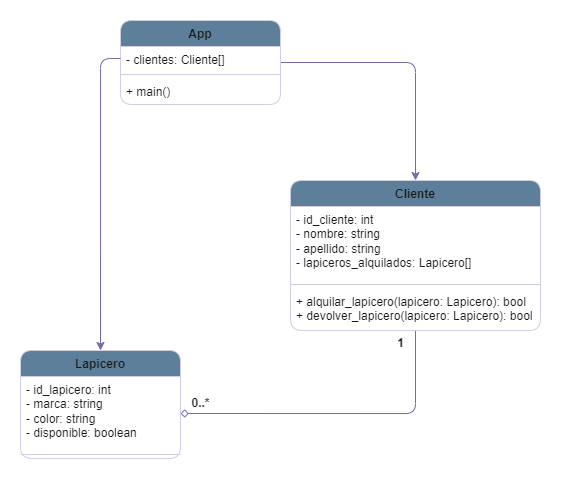
Earlier version of the draw.io export Talleres/trabajo_practico_parte1/Docs/UML.light.png (Drac245/POO). Source tidied: cells renumbered, new cells last; positions are measured from the earlier drawing's top-left corner, leaving out a move shared by most shapes. The source it was exported from:
```xml
<mxGraphModel>
  <root>
    <mxCell id="0" />
    <mxCell id="1" parent="0" />
    <mxCell id="2" style="edgeStyle=orthogonalEdgeStyle;rounded=1;jettySize=auto;html=1;entryX=1;entryY=0.5;entryDx=0;entryDy=0;endArrow=diamond;endFill=0;strokeWidth=1;endSize=6;labelBackgroundColor=none;strokeColor=#736CA8;fontColor=default;" parent="1" edge="1" source="3" target="8">
      <mxGeometry relative="1" as="geometry" />
    </mxCell>
    <mxCell id="3" value="Cliente" style="swimlane;fontStyle=1;align=center;verticalAlign=top;horizontal=1;startSize=26;whiteSpace=wrap;fillColor=#5D7F99;labelBackgroundColor=none;strokeColor=#D0CEE2;fontColor=#1A1A1A;rounded=1;" parent="1" vertex="1">
      <mxGeometry x="270" y="160" width="250" height="150" as="geometry" />
    </mxCell>
    <mxCell id="4" value="- id_cliente: int&#10;- nombre: string&#10;- apellido: string&#10;- lapiceros_alquilados: Lapicero[]" style="text;strokeColor=none;fillColor=none;align=left;verticalAlign=top;spacingLeft=4;spacingRight=4;overflow=hidden;whiteSpace=wrap;labelBackgroundColor=none;fontColor=#1A1A1A;rounded=1;" parent="3" vertex="1">
      <mxGeometry y="26" width="250" height="74" as="geometry" />
    </mxCell>
    <mxCell id="5" style="line;strokeWidth=1;fillColor=none;align=left;verticalAlign=middle;spacingTop=-1;spacingLeft=3;spacingRight=3;labelPosition=right;strokeColor=#D0CEE2;labelBackgroundColor=none;fontColor=#1A1A1A;rounded=1;" parent="3" vertex="1">
      <mxGeometry y="100" width="250" height="8" as="geometry" />
    </mxCell>
    <mxCell id="6" value="+ alquilar_lapicero(lapicero: Lapicero): bool&#10;+ devolver_lapicero(lapicero: Lapicero): bool" style="text;strokeColor=none;fillColor=none;align=left;verticalAlign=top;spacingLeft=4;spacingRight=4;overflow=hidden;whiteSpace=wrap;labelBackgroundColor=none;fontColor=#1A1A1A;rounded=1;" parent="3" vertex="1">
      <mxGeometry y="108" width="250" height="42" as="geometry" />
    </mxCell>
    <mxCell id="7" value="Lapicero" style="swimlane;fontStyle=1;align=center;verticalAlign=top;horizontal=1;startSize=26;whiteSpace=wrap;html=1;labelBackgroundColor=none;fillColor=#5D7F99;strokeColor=#D0CEE2;fontColor=#1A1A1A;rounded=1;" parent="1" vertex="1">
      <mxGeometry y="330" width="160" height="108" as="geometry" />
    </mxCell>
    <mxCell id="8" value="- id_lapicero: int&#10;- marca: string&#10;- color: string&#10;- disponible: boolean" style="text;strokeColor=none;fillColor=none;align=left;verticalAlign=top;spacingLeft=4;spacingRight=4;overflow=hidden;points=[[0,0.5],[1,0.5]];portConstraint=eastwest;whiteSpace=wrap;labelBackgroundColor=none;fontColor=#1A1A1A;rounded=1;" parent="7" vertex="1">
      <mxGeometry y="26" width="160" height="74" as="geometry" />
    </mxCell>
    <mxCell id="9" style="line;strokeWidth=1;fillColor=none;align=left;verticalAlign=middle;spacingTop=-1;spacingLeft=3;spacingRight=3;labelPosition=right;strokeColor=#D0CEE2;labelBackgroundColor=none;fontColor=#1A1A1A;rounded=1;" parent="7" vertex="1">
      <mxGeometry y="100" width="160" height="8" as="geometry" />
    </mxCell>
    <mxCell id="10" style="edgeStyle=orthogonalEdgeStyle;rounded=1;jettySize=auto;html=1;entryX=0.5;entryY=0;entryDx=0;entryDy=0;labelBackgroundColor=none;strokeColor=#736CA8;fontColor=default;" parent="1" edge="1" source="11" target="3">
      <mxGeometry relative="1" as="geometry" />
    </mxCell>
    <mxCell id="11" value="App" style="swimlane;fontStyle=1;align=center;verticalAlign=top;horizontal=1;startSize=26;whiteSpace=wrap;labelBackgroundColor=none;fillColor=#5D7F99;strokeColor=#D0CEE2;fontColor=#1A1A1A;rounded=1;" parent="1" vertex="1">
      <mxGeometry x="100" width="160" height="84" as="geometry" />
    </mxCell>
    <mxCell id="12" value="- clientes: Cliente[]" style="text;strokeColor=none;fillColor=none;align=left;verticalAlign=top;spacingLeft=4;spacingRight=4;overflow=hidden;points=[[0,0.5],[1,0.5]];portConstraint=eastwest;whiteSpace=wrap;labelBackgroundColor=none;fontColor=#1A1A1A;rounded=1;" parent="11" vertex="1">
      <mxGeometry y="26" width="160" height="24" as="geometry" />
    </mxCell>
    <mxCell id="13" style="line;strokeWidth=1;fillColor=none;align=left;verticalAlign=middle;spacingTop=-1;spacingLeft=3;spacingRight=3;labelPosition=right;strokeColor=#D0CEE2;labelBackgroundColor=none;fontColor=#1A1A1A;rounded=1;" parent="11" vertex="1">
      <mxGeometry y="50" width="160" height="8" as="geometry" />
    </mxCell>
    <mxCell id="14" value="+ main()&#10;" style="text;strokeColor=none;fillColor=none;align=left;verticalAlign=top;spacingLeft=4;spacingRight=4;overflow=hidden;whiteSpace=wrap;labelBackgroundColor=none;fontColor=#1A1A1A;rounded=1;" parent="11" vertex="1">
      <mxGeometry y="58" width="160" height="26" as="geometry" />
    </mxCell>
    <mxCell id="15" style="edgeStyle=orthogonalEdgeStyle;rounded=1;jettySize=auto;html=1;exitX=0;exitY=0.5;exitDx=0;exitDy=0;entryX=0.5;entryY=0;entryDx=0;entryDy=0;labelBackgroundColor=none;strokeColor=#736CA8;fontColor=default;" parent="1" edge="1" source="12" target="7">
      <mxGeometry relative="1" as="geometry" />
    </mxCell>
    <mxCell id="16" value="1" style="text;align=center;fontStyle=1;verticalAlign=middle;spacingLeft=3;spacingRight=3;strokeColor=none;html=1;labelBackgroundColor=none;fontColor=#1A1A1A;rounded=1;" parent="1" vertex="1">
      <mxGeometry x="340" y="310" width="80" height="26" as="geometry" />
    </mxCell>
    <mxCell id="17" value="0..*" style="text;align=center;fontStyle=1;verticalAlign=middle;spacingLeft=3;spacingRight=3;strokeColor=none;html=1;labelBackgroundColor=none;fontColor=#1A1A1A;rounded=1;" parent="1" vertex="1">
      <mxGeometry x="140" y="370" width="80" height="26" as="geometry" />
    </mxCell>
  </root>
</mxGraphModel>
```
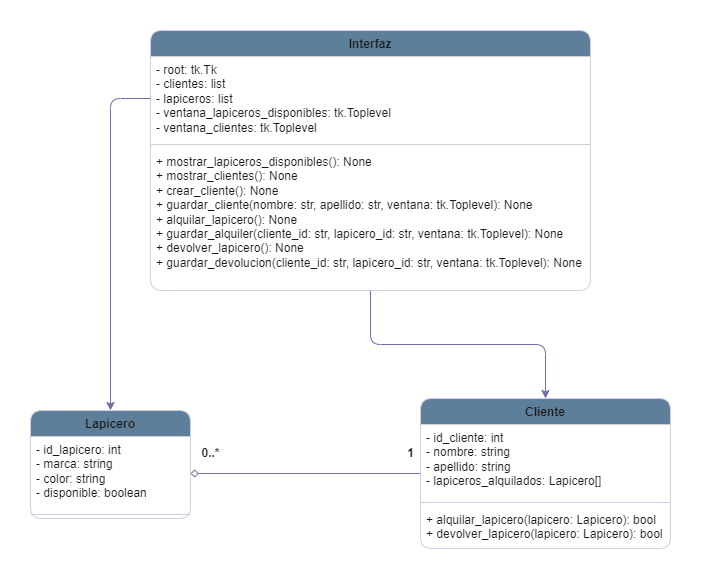
After the commit.

Commit message:
se actualizan los UML

The edit, as a diff of the source:
```diff
@@ -6,7 +6,7 @@
       <mxGeometry relative="1" as="geometry" />
     </mxCell>
     <mxCell id="3" value="Cliente" style="swimlane;fontStyle=1;align=center;verticalAlign=top;horizontal=1;startSize=26;whiteSpace=wrap;fillColor=#5D7F99;labelBackgroundColor=none;strokeColor=#D0CEE2;fontColor=#1A1A1A;rounded=1;" parent="1" vertex="1">
-      <mxGeometry x="270" y="160" width="250" height="150" as="geometry" />
+      <mxGeometry x="300" y="308" width="250" height="150" as="geometry" />
     </mxCell>
     <mxCell id="4" value="- id_cliente: int&#10;- nombre: string&#10;- apellido: string&#10;- lapiceros_alquilados: Lapicero[]" style="text;strokeColor=none;fillColor=none;align=left;verticalAlign=top;spacingLeft=4;spacingRight=4;overflow=hidden;whiteSpace=wrap;labelBackgroundColor=none;fontColor=#1A1A1A;rounded=1;" parent="3" vertex="1">
       <mxGeometry y="26" width="250" height="74" as="geometry" />
@@ -18,7 +18,7 @@
       <mxGeometry y="108" width="250" height="42" as="geometry" />
     </mxCell>
     <mxCell id="7" value="Lapicero" style="swimlane;fontStyle=1;align=center;verticalAlign=top;horizontal=1;startSize=26;whiteSpace=wrap;html=1;labelBackgroundColor=none;fillColor=#5D7F99;strokeColor=#D0CEE2;fontColor=#1A1A1A;rounded=1;" parent="1" vertex="1">
-      <mxGeometry y="330" width="160" height="108" as="geometry" />
+      <mxGeometry x="-90" y="320" width="160" height="108" as="geometry" />
     </mxCell>
     <mxCell id="8" value="- id_lapicero: int&#10;- marca: string&#10;- color: string&#10;- disponible: boolean" style="text;strokeColor=none;fillColor=none;align=left;verticalAlign=top;spacingLeft=4;spacingRight=4;overflow=hidden;points=[[0,0.5],[1,0.5]];portConstraint=eastwest;whiteSpace=wrap;labelBackgroundColor=none;fontColor=#1A1A1A;rounded=1;" parent="7" vertex="1">
       <mxGeometry y="26" width="160" height="74" as="geometry" />
@@ -29,26 +29,26 @@
     <mxCell id="10" style="edgeStyle=orthogonalEdgeStyle;rounded=1;jettySize=auto;html=1;entryX=0.5;entryY=0;entryDx=0;entryDy=0;labelBackgroundColor=none;strokeColor=#736CA8;fontColor=default;" parent="1" edge="1" source="11" target="3">
       <mxGeometry relative="1" as="geometry" />
     </mxCell>
-    <mxCell id="11" value="App" style="swimlane;fontStyle=1;align=center;verticalAlign=top;horizontal=1;startSize=26;whiteSpace=wrap;labelBackgroundColor=none;fillColor=#5D7F99;strokeColor=#D0CEE2;fontColor=#1A1A1A;rounded=1;" parent="1" vertex="1">
-      <mxGeometry x="100" width="160" height="84" as="geometry" />
+    <mxCell id="11" value="Interfaz" style="swimlane;fontStyle=1;align=center;verticalAlign=top;horizontal=1;startSize=26;whiteSpace=wrap;labelBackgroundColor=none;fillColor=#5D7F99;strokeColor=#D0CEE2;fontColor=#1A1A1A;rounded=1;" parent="1" vertex="1">
+      <mxGeometry x="30" y="-60" width="440" height="260" as="geometry" />
     </mxCell>
-    <mxCell id="12" value="- clientes: Cliente[]" style="text;strokeColor=none;fillColor=none;align=left;verticalAlign=top;spacingLeft=4;spacingRight=4;overflow=hidden;points=[[0,0.5],[1,0.5]];portConstraint=eastwest;whiteSpace=wrap;labelBackgroundColor=none;fontColor=#1A1A1A;rounded=1;" parent="11" vertex="1">
-      <mxGeometry y="26" width="160" height="24" as="geometry" />
+    <mxCell id="12" value="- root: tk.Tk&#10;- clientes: list&#10;- lapiceros: list&#10;- ventana_lapiceros_disponibles: tk.Toplevel&#10;- ventana_clientes: tk.Toplevel" style="text;strokeColor=none;fillColor=none;align=left;verticalAlign=top;spacingLeft=4;spacingRight=4;overflow=hidden;points=[[0,0.5],[1,0.5]];portConstraint=eastwest;whiteSpace=wrap;labelBackgroundColor=none;fontColor=#1A1A1A;rounded=1;" parent="11" vertex="1">
+      <mxGeometry y="26" width="440" height="84" as="geometry" />
     </mxCell>
     <mxCell id="13" style="line;strokeWidth=1;fillColor=none;align=left;verticalAlign=middle;spacingTop=-1;spacingLeft=3;spacingRight=3;labelPosition=right;strokeColor=#D0CEE2;labelBackgroundColor=none;fontColor=#1A1A1A;rounded=1;" parent="11" vertex="1">
-      <mxGeometry y="50" width="160" height="8" as="geometry" />
+      <mxGeometry y="110" width="440" height="8" as="geometry" />
     </mxCell>
-    <mxCell id="14" value="+ main()&#10;" style="text;strokeColor=none;fillColor=none;align=left;verticalAlign=top;spacingLeft=4;spacingRight=4;overflow=hidden;whiteSpace=wrap;labelBackgroundColor=none;fontColor=#1A1A1A;rounded=1;" parent="11" vertex="1">
-      <mxGeometry y="58" width="160" height="26" as="geometry" />
+    <mxCell id="14" value="+ mostrar_lapiceros_disponibles(): None&#10;+ mostrar_clientes(): None&#10;+ crear_cliente(): None&#10;+ guardar_cliente(nombre: str, apellido: str, ventana: tk.Toplevel): None&#10;+ alquilar_lapicero(): None&#10;+ guardar_alquiler(cliente_id: str, lapicero_id: str, ventana: tk.Toplevel): None&#10;+ devolver_lapicero(): None&#10;+ guardar_devolucion(cliente_id: str, lapicero_id: str, ventana: tk.Toplevel): None" style="text;strokeColor=none;fillColor=none;align=left;verticalAlign=top;spacingLeft=4;spacingRight=4;overflow=hidden;whiteSpace=wrap;labelBackgroundColor=none;fontColor=#1A1A1A;rounded=1;" parent="11" vertex="1">
+      <mxGeometry y="118" width="440" height="142" as="geometry" />
     </mxCell>
     <mxCell id="15" style="edgeStyle=orthogonalEdgeStyle;rounded=1;jettySize=auto;html=1;exitX=0;exitY=0.5;exitDx=0;exitDy=0;entryX=0.5;entryY=0;entryDx=0;entryDy=0;labelBackgroundColor=none;strokeColor=#736CA8;fontColor=default;" parent="1" edge="1" source="12" target="7">
       <mxGeometry relative="1" as="geometry" />
     </mxCell>
     <mxCell id="16" value="1" style="text;align=center;fontStyle=1;verticalAlign=middle;spacingLeft=3;spacingRight=3;strokeColor=none;html=1;labelBackgroundColor=none;fontColor=#1A1A1A;rounded=1;" parent="1" vertex="1">
-      <mxGeometry x="340" y="310" width="80" height="26" as="geometry" />
+      <mxGeometry x="250" y="350" width="80" height="26" as="geometry" />
     </mxCell>
     <mxCell id="17" value="0..*" style="text;align=center;fontStyle=1;verticalAlign=middle;spacingLeft=3;spacingRight=3;strokeColor=none;html=1;labelBackgroundColor=none;fontColor=#1A1A1A;rounded=1;" parent="1" vertex="1">
-      <mxGeometry x="140" y="370" width="80" height="26" as="geometry" />
+      <mxGeometry x="50" y="350" width="80" height="26" as="geometry" />
     </mxCell>
   </root>
 </mxGraphModel>
```
